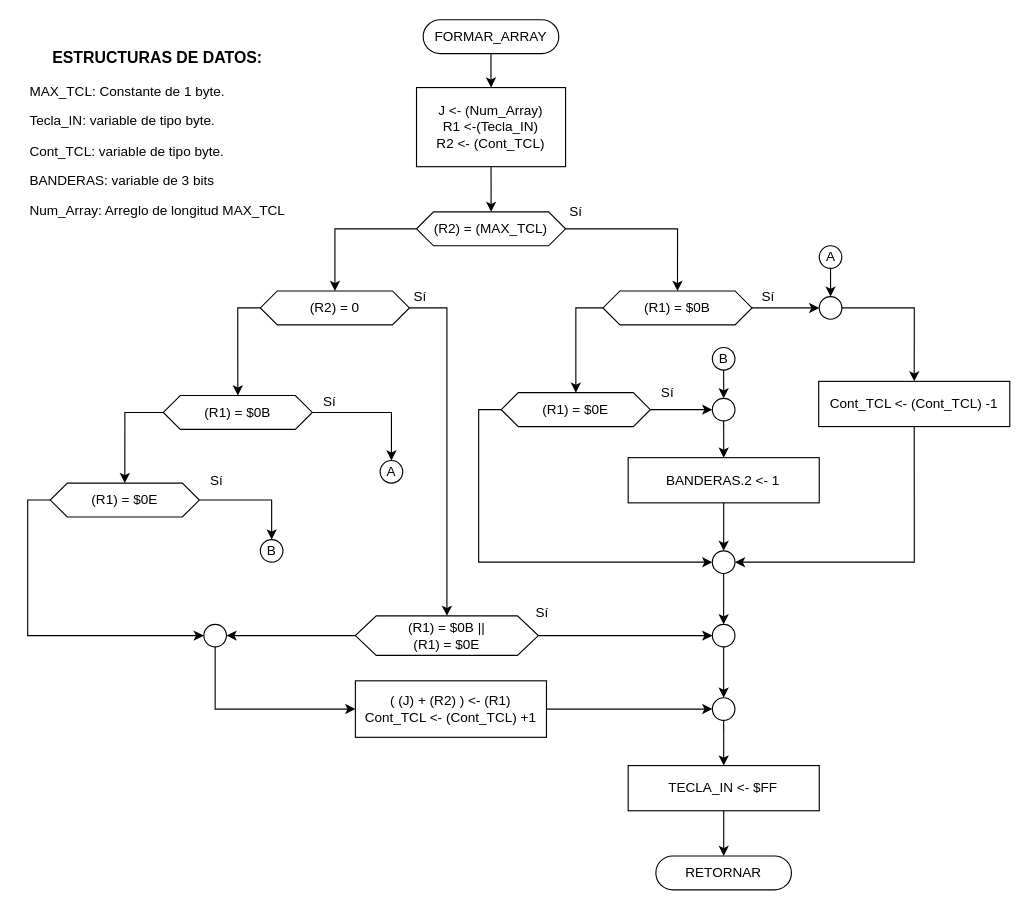
Above: Tareas/T4/Diagramas/FORMAR_ARRAY.drawio in moisotico/Microprocesadores (draw.io), before the change. Source tidied: cells renumbered, new cells numbered last; positions are measured from the earlier drawing's top-left corner, leaving out a move shared by most shapes. Both pictures are drawn from the tidied source at 113%, with x=0, y=0 at pixel (27, 19).
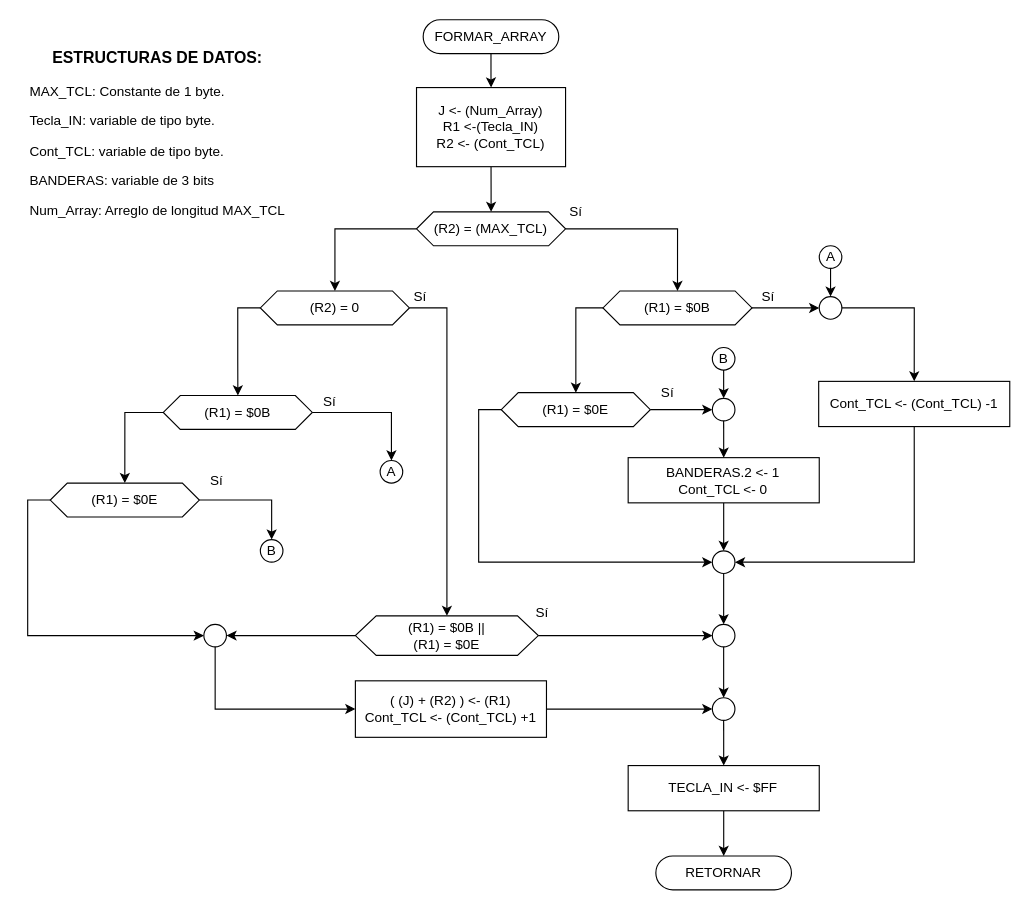
Above is the later version.

What changed in the source:
```diff
@@
-    <mxCell id="33" value="&lt;span&gt;BANDERAS.2 &amp;lt;- 1&lt;br&gt;&lt;/span&gt;" style="rounded=0;whiteSpace=wrap;html=1;" parent="1" vertex="1">
+    <mxCell id="33" value="&lt;span&gt;BANDERAS.2 &amp;lt;- 1&lt;br&gt;Cont_TCL &amp;lt;- 0&lt;br&gt;&lt;/span&gt;" style="rounded=0;whiteSpace=wrap;html=1;" parent="1" vertex="1">
       <mxGeometry x="531.4" y="387.5" width="169.1" height="40" as="geometry" />
     </mxCell>
```
